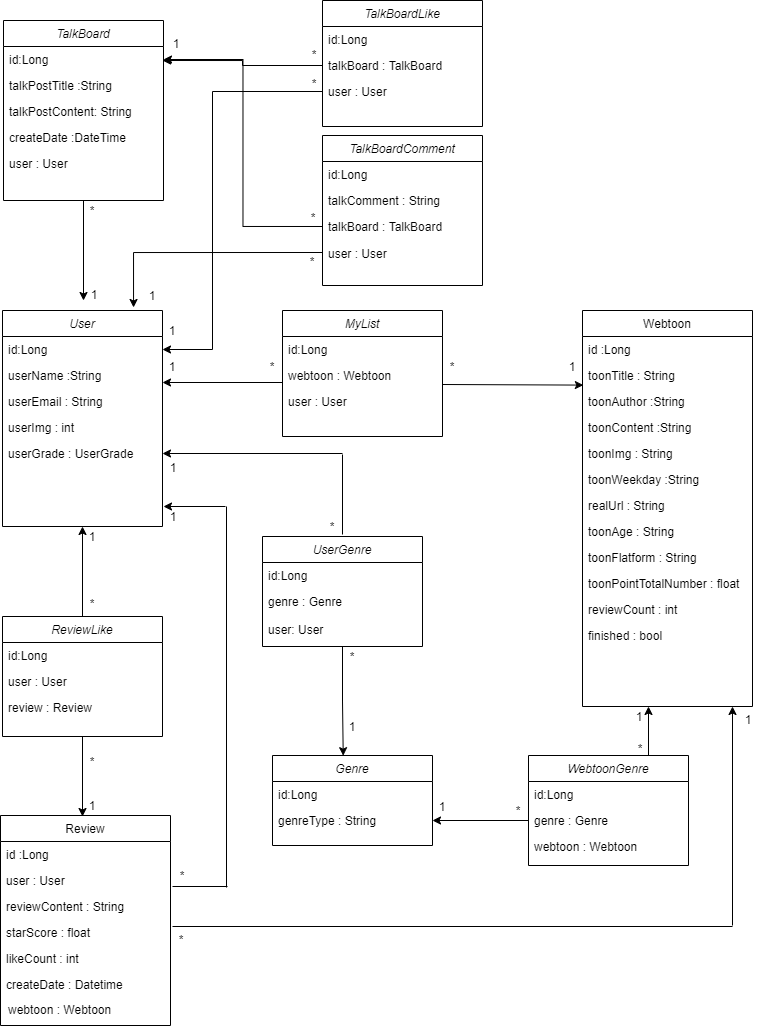
Above: webtooniverse Diagram.png in yeonnwoo/Webtooni_server (draw.io), before the change. Source tidied: cells renumbered, new cells last; positions are measured from the earlier drawing's top-left corner, leaving out a move shared by most shapes.
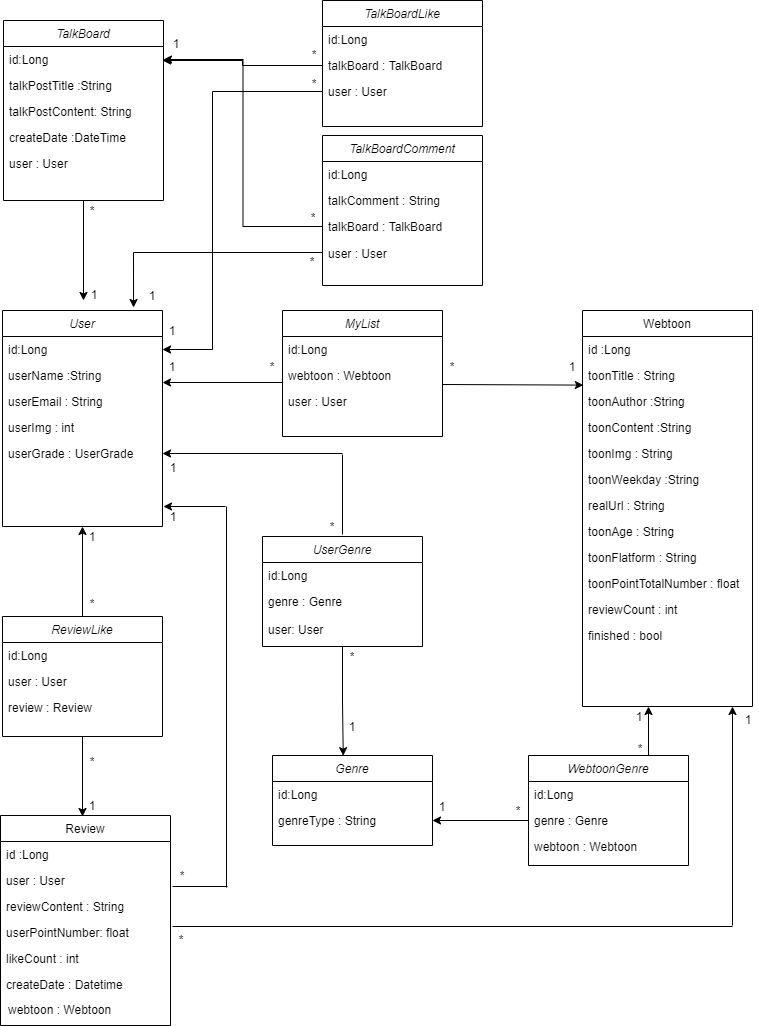
The same diagram one commit later.

The edit, as a diff of the source:
```diff
@@ -95,7 +95,7 @@
     <mxCell id="32" value="reviewContent : String" style="text;align=left;verticalAlign=top;spacingLeft=4;spacingRight=4;overflow=hidden;rounded=0;shadow=0;html=0;" parent="29" vertex="1">
       <mxGeometry y="78" width="170" height="26" as="geometry" />
     </mxCell>
-    <mxCell id="33" value="starScore : float" style="text;align=left;verticalAlign=top;spacingLeft=4;spacingRight=4;overflow=hidden;rounded=0;shadow=0;html=0;" parent="29" vertex="1">
+    <mxCell id="33" value="userPointNumber: float" style="text;align=left;verticalAlign=top;spacingLeft=4;spacingRight=4;overflow=hidden;rounded=0;shadow=0;html=0;" parent="29" vertex="1">
       <mxGeometry y="104" width="170" height="26" as="geometry" />
     </mxCell>
     <mxCell id="34" value="likeCount : int" style="text;align=left;verticalAlign=top;spacingLeft=4;spacingRight=4;overflow=hidden;rounded=0;shadow=0;html=0;" parent="29" vertex="1">
```
